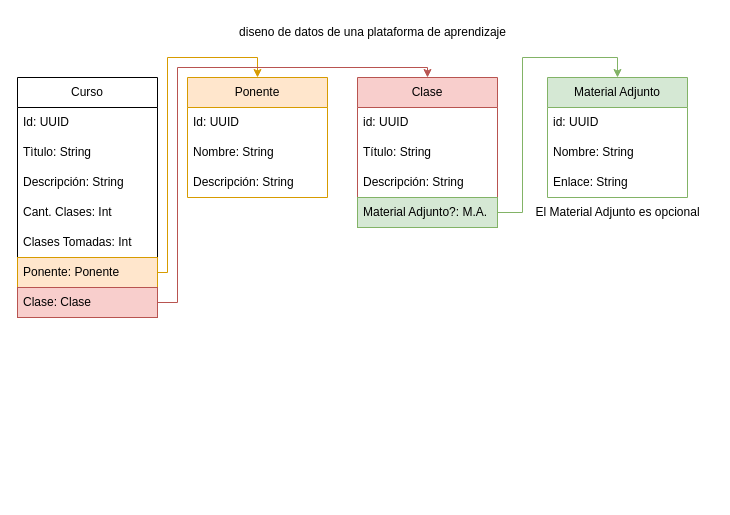
This is Diagrama sin título.drawio from dacaza3812/3, a draw.io file, before an edit. Source tidied: cells renumbered, new cells numbered last; positions are measured from the earlier drawing's top-left corner, leaving out a move shared by most shapes. Both pictures are drawn from the tidied source at 100%, with x=0, y=0 at pixel (17, 17).
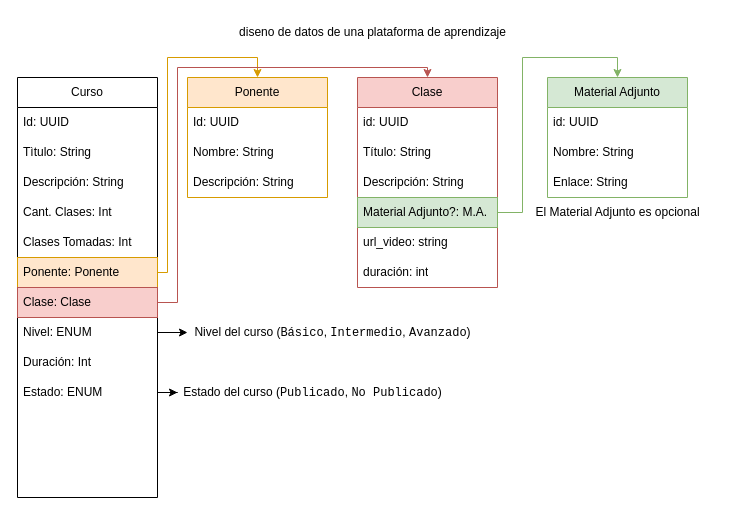
After the change.

Change to the diagram source:
```diff
@@
     <mxCell id="2" value="Curso" style="swimlane;fontStyle=0;horizontal=1;startSize=30;whiteSpace=wrap;html=1;" parent="1" vertex="1">
-      <mxGeometry y="60" width="140" height="240" as="geometry" />
+      <mxGeometry y="60" width="140" height="420" as="geometry" />
     </mxCell>
@@
+    <mxCell id="28" style="edgeStyle=orthogonalEdgeStyle;rounded=0;jettySize=auto;html=1;exitX=1;exitY=0.5;exitDx=0;exitDy=0;" parent="2" edge="1" source="29">
+      <mxGeometry relative="1" as="geometry">
+        <mxPoint x="170" y="255" as="targetPoint" />
+      </mxGeometry>
+    </mxCell>
+    <mxCell id="29" value="Nivel: ENUM" style="text;align=left;verticalAlign=middle;spacingLeft=4;spacingRight=4;overflow=hidden;points=[[0,0.5],[1,0.5]];portConstraint=eastwest;whiteSpace=wrap;html=1;" parent="2" vertex="1">
+      <mxGeometry y="240" width="140" height="30" as="geometry" />
+    </mxCell>
+    <mxCell id="30" value="Duración: Int" style="text;align=left;verticalAlign=middle;spacingLeft=4;spacingRight=4;overflow=hidden;whiteSpace=wrap;html=1;" parent="2" vertex="1">
+      <mxGeometry y="270" width="140" height="30" as="geometry" />
+    </mxCell>
+    <mxCell id="31" value="Estado: ENUM" style="text;align=left;verticalAlign=middle;spacingLeft=4;spacingRight=4;overflow=hidden;points=[[0,0.5],[1,0.5]];portConstraint=eastwest;whiteSpace=wrap;html=1;" parent="2" vertex="1">
+      <mxGeometry y="300" width="140" height="30" as="geometry" />
+    </mxCell>
+    <mxCell id="32" style="text;align=left;verticalAlign=middle;spacingLeft=4;spacingRight=4;overflow=hidden;whiteSpace=wrap;html=1;" parent="2" vertex="1">
+      <mxGeometry y="330" width="140" height="30" as="geometry" />
+    </mxCell>
+    <mxCell id="33" style="text;align=left;verticalAlign=middle;spacingLeft=4;spacingRight=4;overflow=hidden;whiteSpace=wrap;html=1;" parent="2" vertex="1">
+      <mxGeometry y="360" width="140" height="30" as="geometry" />
+    </mxCell>
+    <mxCell id="34" style="text;align=left;verticalAlign=middle;spacingLeft=4;spacingRight=4;overflow=hidden;whiteSpace=wrap;html=1;" parent="2" vertex="1">
+      <mxGeometry y="390" width="140" height="30" as="geometry" />
+    </mxCell>
@@
     <mxCell id="14" value="Clase" style="swimlane;fontStyle=0;horizontal=1;startSize=30;whiteSpace=wrap;html=1;fillColor=#f8cecc;strokeColor=#b85450;" parent="1" vertex="1">
-      <mxGeometry x="340" y="60" width="140" height="150" as="geometry" />
+      <mxGeometry x="340" y="60" width="140" height="210" as="geometry" />
     </mxCell>
@@
+    <mxCell id="35" value="url_video: string" style="text;align=left;verticalAlign=middle;spacingLeft=4;spacingRight=4;overflow=hidden;whiteSpace=wrap;html=1;" parent="14" vertex="1">
+      <mxGeometry y="150" width="140" height="30" as="geometry" />
+    </mxCell>
+    <mxCell id="36" value="duración: int" style="text;align=left;verticalAlign=middle;spacingLeft=4;spacingRight=4;overflow=hidden;whiteSpace=wrap;html=1;" parent="14" vertex="1">
+      <mxGeometry y="180" width="140" height="30" as="geometry" />
+    </mxCell>
@@
+    <mxCell id="37" value="Estado del curso (&lt;code&gt;Publicado&lt;/code&gt;, &lt;code&gt;No Publicado&lt;/code&gt;)" style="text;html=1;align=center;verticalAlign=middle;points=[];strokeColor=none;fillColor=none;" parent="1" vertex="1">
+      <mxGeometry x="160" y="360" width="270" height="30" as="geometry" />
+    </mxCell>
+    <mxCell id="38" style="edgeStyle=orthogonalEdgeStyle;rounded=0;jettySize=auto;html=1;exitX=1;exitY=0.5;exitDx=0;exitDy=0;" parent="1" edge="1" source="31" target="37">
+      <mxGeometry relative="1" as="geometry" />
+    </mxCell>
+    <mxCell id="39" value="Nivel del curso (&lt;code&gt;Básico&lt;/code&gt;, &lt;code&gt;Intermedio&lt;/code&gt;, &lt;code&gt;Avanzado&lt;/code&gt;)" style="text;html=1;align=center;verticalAlign=middle;strokeColor=none;fillColor=none;" parent="1" vertex="1">
+      <mxGeometry x="170" y="300" width="290" height="30" as="geometry" />
+    </mxCell>
```
